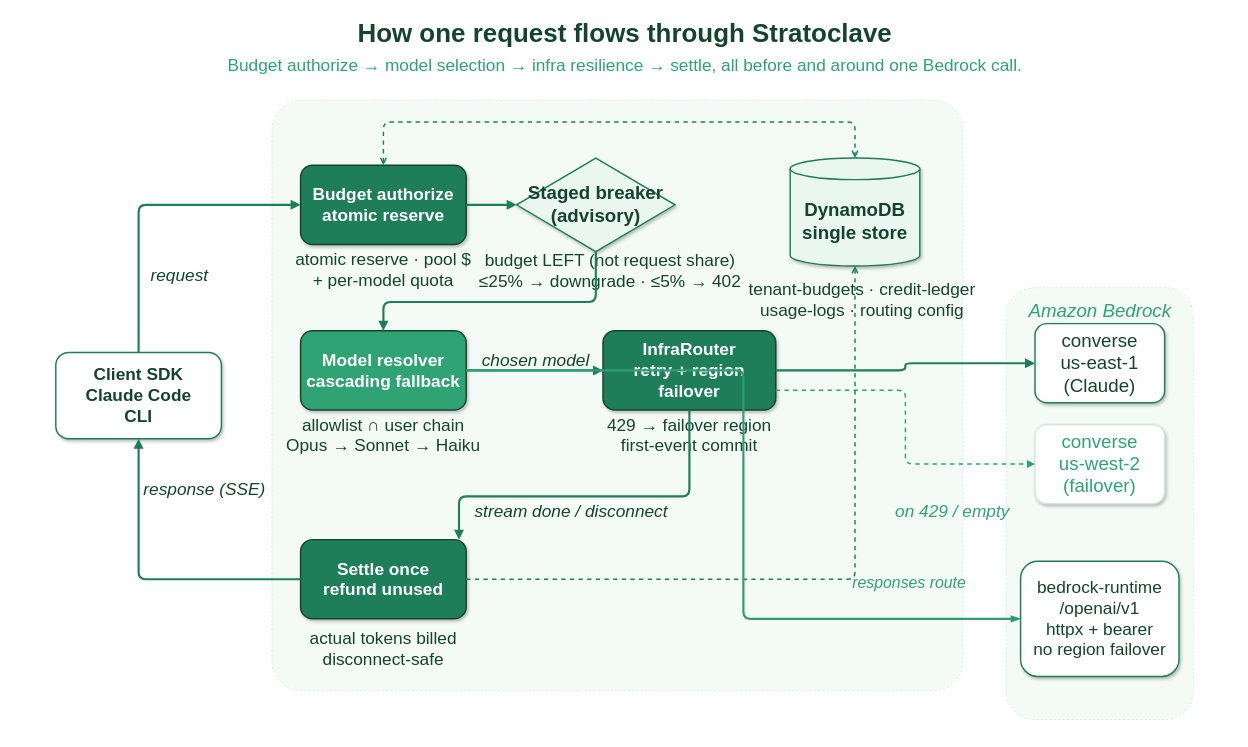
littlemex/stratoclave keeps this draw.io diagram as docs/diagrams/request-routing.drawio. Above is the earlier version. Source tidied: cells renumbered, new cells numbered last; positions are measured from the earlier drawing's top-left corner, leaving out a move shared by most shapes. Both pictures are drawn from the tidied source at 72%, with x=0, y=0 at pixel (12, 12).
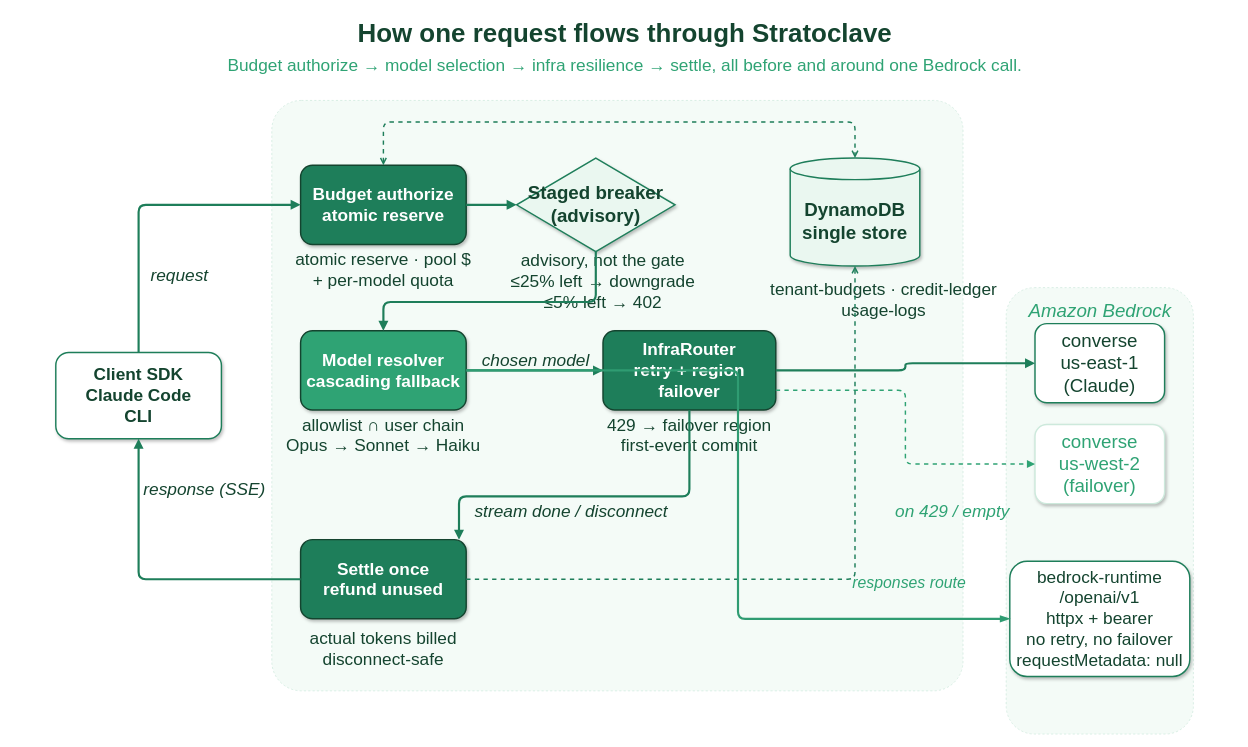
After the change.

The edit, as a diff of the source:
```diff
@@
-    <mxCell id="9" value="budget LEFT (not request share)&#10;≤25% → downgrade · ≤5% → 402" style="text;html=1;align=center;fontSize=24;fontColor=#14442F;whiteSpace=wrap;" parent="1" vertex="1">
-      <mxGeometry x="640" y="324" width="380" height="76" as="geometry" />
+    <mxCell id="9" value="advisory, not the gate&#10;≤25% left → downgrade&#10;≤5% left → 402" style="text;html=1;align=center;fontSize=24;fontColor=#14442F;whiteSpace=wrap;" parent="1" vertex="1">
+      <mxGeometry x="690" y="324" width="260" height="92" as="geometry" />
     </mxCell>
@@
-    <mxCell id="17" value="tenant-budgets · credit-ledger&#10;usage-logs · routing config" style="text;html=1;align=center;fontSize=24;fontColor=#14442F;whiteSpace=wrap;" parent="1" vertex="1">
-      <mxGeometry x="1000" y="364" width="360" height="80" as="geometry" />
+    <mxCell id="17" value="tenant-budgets · credit-ledger&#10;usage-logs" style="text;html=1;align=center;fontSize=24;fontColor=#14442F;whiteSpace=wrap;" parent="1" vertex="1">
+      <mxGeometry x="1010" y="364" width="400" height="60" as="geometry" />
     </mxCell>
     <mxCell id="18" style="rounded=1;fillColor=#F4FBF7;strokeColor=#CDE9DC;strokeWidth=1;dashed=1;" parent="1" vertex="1">
-      <mxGeometry x="1380" y="382" width="260" height="600" as="geometry" />
+      <mxGeometry x="1380" y="382" width="260" height="620" as="geometry" />
     </mxCell>
@@
-    <mxCell id="37" value="bedrock-runtime /openai/v1&#10;httpx + bearer&#10;no region failover" style="rounded=1;whiteSpace=wrap;html=1;fillColor=#FFFFFF;strokeColor=#1E7E5A;strokeWidth=2;fontSize=24;fontColor=#14442F;verticalAlign=middle;shadow=1;" parent="1" vertex="1">
-      <mxGeometry x="1400" y="762" width="220" height="160" as="geometry" />
+    <mxCell id="37" value="bedrock-runtime /openai/v1&#10;httpx + bearer&#10;no retry, no failover&#10;requestMetadata: null" style="rounded=1;whiteSpace=wrap;html=1;fillColor=#FFFFFF;strokeColor=#1E7E5A;strokeWidth=2;fontSize=24;fontColor=#14442F;verticalAlign=middle;shadow=1;" parent="1" vertex="1">
+      <mxGeometry x="1385" y="762" width="250" height="160" as="geometry" />
     </mxCell>
```
